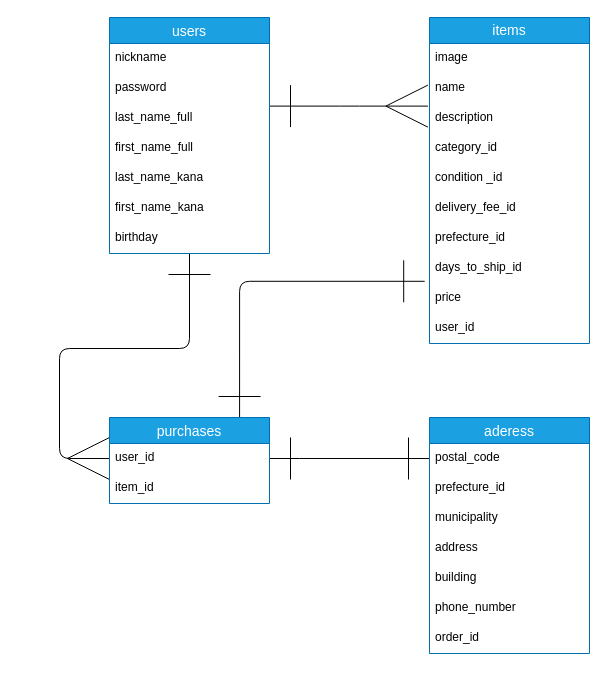
Earlier version of the draw.io diagram er.dio (takuro-yamamoto/furima-31958). Source tidied: cells renumbered, new cells numbered last; positions are measured from the earlier drawing's top-left corner, leaving out a move shared by most shapes. Both pictures are drawn from the tidied source at 100%, with x=0, y=0 at pixel (109, 17).
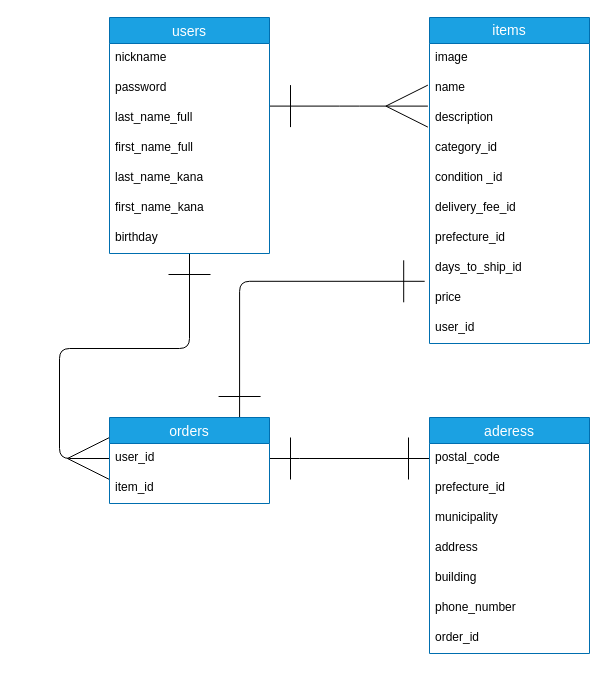
Above is the later version.

What changed in the source:
```diff
@@
-    <mxCell id="25" value="purchases" style="swimlane;fontStyle=0;horizontal=1;startSize=26;align=center;fontSize=14;fillColor=#1ba1e2;strokeColor=#006EAF;fontColor=#ffffff;" parent="1" vertex="1">
+    <mxCell id="25" value="orders" style="swimlane;fontStyle=0;horizontal=1;startSize=26;align=center;fontSize=14;fillColor=#1ba1e2;strokeColor=#006EAF;fontColor=#ffffff;" parent="1" vertex="1">
       <mxGeometry y="400" width="160" height="86" as="geometry" />
     </mxCell>
```
